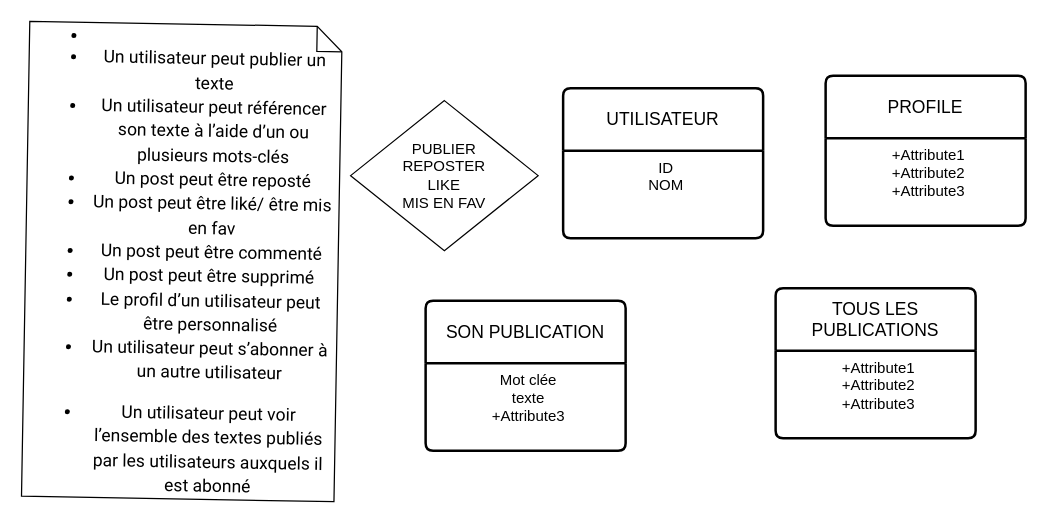
vsilvanska/examen-info-2023 keeps this draw.io diagram as Diagramme sans nom4.drawio. Above is the earlier version. Source tidied: cells renumbered, new cells numbered last; positions are measured from the earlier drawing's top-left corner, leaving out a move shared by most shapes. Both pictures are drawn from the tidied source at 125%, with x=0, y=0 at pixel (25, 24).
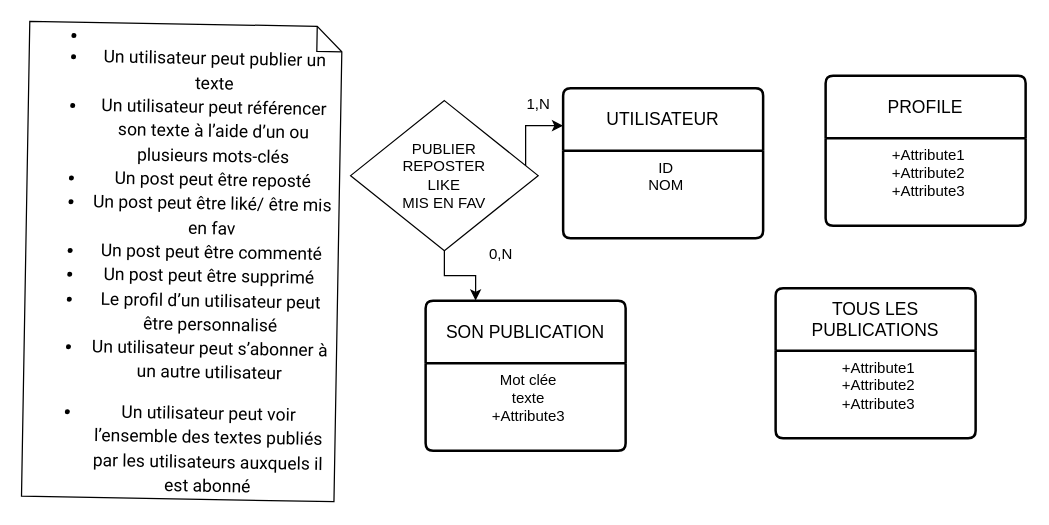
Above is the later version.

The edit, as a diff of the source:
```diff
@@
 <mxGraphModel>
   <root>
     <mxCell id="0" />
     <mxCell id="1" parent="0" />
     <mxCell id="2" value="&lt;ul style=&quot;margin-top: 0px; margin-bottom: 0px; padding-inline-start: 48px; font-size: 14px;&quot;&gt;&lt;li aria-level=&quot;1&quot; style=&quot;list-style-type: disc; font-family: Roboto, sans-serif; background-color: transparent; font-variant-numeric: normal; font-variant-east-asian: normal; font-variant-alternates: normal; font-variant-position: normal; vertical-align: baseline;&quot; dir=&quot;ltr&quot;&gt;&lt;p role=&quot;presentation&quot; style=&quot;line-height:1.38;margin-top:0pt;margin-bottom:0pt;&quot; dir=&quot;ltr&quot;&gt;&lt;/p&gt;&lt;/li&gt;&lt;li aria-level=&quot;1&quot; style=&quot;list-style-type: disc; font-family: Roboto, sans-serif; background-color: transparent; font-variant-numeric: normal; font-variant-east-asian: normal; font-variant-alternates: normal; font-variant-position: normal; vertical-align: baseline;&quot; dir=&quot;ltr&quot;&gt;&lt;p role=&quot;presentation&quot; style=&quot;line-height:1.38;margin-top:0pt;margin-bottom:0pt;&quot; dir=&quot;ltr&quot;&gt;&lt;span style=&quot;background-color: transparent; font-variant-numeric: normal; font-variant-east-asian: normal; font-variant-alternates: normal; font-variant-position: normal; vertical-align: baseline;&quot;&gt;&lt;font style=&quot;font-size: 14px;&quot;&gt;Un utilisateur peut publier un texte&lt;/font&gt;&lt;/span&gt;&lt;/p&gt;&lt;/li&gt;&lt;li aria-level=&quot;1&quot; style=&quot;list-style-type: disc; font-family: Roboto, sans-serif; background-color: transparent; font-variant-numeric: normal; font-variant-east-asian: normal; font-variant-alternates: normal; font-variant-position: normal; vertical-align: baseline;&quot; dir=&quot;ltr&quot;&gt;&lt;p role=&quot;presentation&quot; style=&quot;line-height:1.38;margin-top:0pt;margin-bottom:0pt;&quot; dir=&quot;ltr&quot;&gt;&lt;span style=&quot;background-color: transparent; font-variant-numeric: normal; font-variant-east-asian: normal; font-variant-alternates: normal; font-variant-position: normal; vertical-align: baseline;&quot;&gt;&lt;font style=&quot;font-size: 14px;&quot;&gt;Un utilisateur peut référencer son texte à l’aide d’un ou plusieurs mots-clés&lt;/font&gt;&lt;/span&gt;&lt;/p&gt;&lt;/li&gt;&lt;li aria-level=&quot;1&quot; style=&quot;list-style-type: disc; font-family: Roboto, sans-serif; background-color: transparent; font-variant-numeric: normal; font-variant-east-asian: normal; font-variant-alternates: normal; font-variant-position: normal; vertical-align: baseline;&quot; dir=&quot;ltr&quot;&gt;&lt;p role=&quot;presentation&quot; style=&quot;line-height:1.38;margin-top:0pt;margin-bottom:0pt;&quot; dir=&quot;ltr&quot;&gt;&lt;span style=&quot;background-color: transparent; font-variant-numeric: normal; font-variant-east-asian: normal; font-variant-alternates: normal; font-variant-position: normal; vertical-align: baseline;&quot;&gt;&lt;font style=&quot;font-size: 14px;&quot;&gt;Un post peut être reposté&lt;/font&gt;&lt;/span&gt;&lt;/p&gt;&lt;/li&gt;&lt;li aria-level=&quot;1&quot; style=&quot;list-style-type: disc; font-family: Roboto, sans-serif; background-color: transparent; font-variant-numeric: normal; font-variant-east-asian: normal; font-variant-alternates: normal; font-variant-position: normal; vertical-align: baseline;&quot; dir=&quot;ltr&quot;&gt;&lt;p role=&quot;presentation&quot; style=&quot;line-height:1.38;margin-top:0pt;margin-bottom:0pt;&quot; dir=&quot;ltr&quot;&gt;&lt;span style=&quot;background-color: transparent; font-variant-numeric: normal; font-variant-east-asian: normal; font-variant-alternates: normal; font-variant-position: normal; vertical-align: baseline;&quot;&gt;&lt;font style=&quot;font-size: 14px;&quot;&gt;Un post peut être liké/ être mis en fav&lt;/font&gt;&lt;/span&gt;&lt;/p&gt;&lt;/li&gt;&lt;li aria-level=&quot;1&quot; style=&quot;list-style-type: disc; font-family: Roboto, sans-serif; background-color: transparent; font-variant-numeric: normal; font-variant-east-asian: normal; font-variant-alternates: normal; font-variant-position: normal; vertical-align: baseline;&quot; dir=&quot;ltr&quot;&gt;&lt;p role=&quot;presentation&quot; style=&quot;line-height:1.38;margin-top:0pt;margin-bottom:0pt;&quot; dir=&quot;ltr&quot;&gt;&lt;span style=&quot;background-color: transparent; font-variant-numeric: normal; font-variant-east-asian: normal; font-variant-alternates: normal; font-variant-position: normal; vertical-align: baseline;&quot;&gt;&lt;font style=&quot;font-size: 14px;&quot;&gt;Un post peut être commenté&lt;/font&gt;&lt;/span&gt;&lt;/p&gt;&lt;/li&gt;&lt;li aria-level=&quot;1&quot; style=&quot;list-style-type: disc; font-family: Roboto, sans-serif; background-color: transparent; font-variant-numeric: normal; font-variant-east-asian: normal; font-variant-alternates: normal; font-variant-position: normal; vertical-align: baseline;&quot; dir=&quot;ltr&quot;&gt;&lt;p role=&quot;presentation&quot; style=&quot;line-height:1.38;margin-top:0pt;margin-bottom:0pt;&quot; dir=&quot;ltr&quot;&gt;&lt;span style=&quot;background-color: transparent; font-variant-numeric: normal; font-variant-east-asian: normal; font-variant-alternates: normal; font-variant-position: normal; vertical-align: baseline;&quot;&gt;&lt;font style=&quot;font-size: 14px;&quot;&gt;Un post peut être supprimé&amp;nbsp;&lt;/font&gt;&lt;/span&gt;&lt;/p&gt;&lt;/li&gt;&lt;li aria-level=&quot;1&quot; style=&quot;list-style-type: disc; font-family: Roboto, sans-serif; background-color: transparent; font-variant-numeric: normal; font-variant-east-asian: normal; font-variant-alternates: normal; font-variant-position: normal; vertical-align: baseline;&quot; dir=&quot;ltr&quot;&gt;&lt;p role=&quot;presentation&quot; style=&quot;line-height:1.38;margin-top:0pt;margin-bottom:0pt;&quot; dir=&quot;ltr&quot;&gt;&lt;span style=&quot;background-color: transparent; font-variant-numeric: normal; font-variant-east-asian: normal; font-variant-alternates: normal; font-variant-position: normal; vertical-align: baseline;&quot;&gt;&lt;font style=&quot;font-size: 14px;&quot;&gt;Le profil d’un utilisateur peut être personnalisé&lt;/font&gt;&lt;/span&gt;&lt;/p&gt;&lt;/li&gt;&lt;li aria-level=&quot;1&quot; style=&quot;list-style-type: disc; font-family: Roboto, sans-serif; background-color: transparent; font-variant-numeric: normal; font-variant-east-asian: normal; font-variant-alternates: normal; font-variant-position: normal; vertical-align: baseline;&quot; dir=&quot;ltr&quot;&gt;&lt;p role=&quot;presentation&quot; style=&quot;line-height:1.38;margin-top:0pt;margin-bottom:10pt;&quot; dir=&quot;ltr&quot;&gt;&lt;span style=&quot;background-color: transparent; font-variant-numeric: normal; font-variant-east-asian: normal; font-variant-alternates: normal; font-variant-position: normal; vertical-align: baseline;&quot;&gt;&lt;font style=&quot;font-size: 14px;&quot;&gt;Un utilisateur peut s’abonner à un autre utilisateur&lt;/font&gt;&lt;/span&gt;&lt;/p&gt;&lt;/li&gt;&lt;li aria-level=&quot;1&quot; style=&quot;list-style-type: disc; font-family: Roboto, sans-serif; background-color: transparent; font-variant-numeric: normal; font-variant-east-asian: normal; font-variant-alternates: normal; font-variant-position: normal; vertical-align: baseline;&quot; dir=&quot;ltr&quot;&gt;&lt;p role=&quot;presentation&quot; style=&quot;line-height:1.38;margin-top:0pt;margin-bottom:0pt;&quot; dir=&quot;ltr&quot;&gt;&lt;span style=&quot;background-color: transparent; font-variant-numeric: normal; font-variant-east-asian: normal; font-variant-alternates: normal; font-variant-position: normal; vertical-align: baseline;&quot;&gt;&lt;font style=&quot;font-size: 14px;&quot;&gt;Un utilisateur peut voir l’ensemble des textes publiés par les utilisateurs auxquels il est abonné&lt;/font&gt;&lt;/span&gt;&lt;/p&gt;&lt;/li&gt;&lt;/ul&gt;&lt;font style=&quot;font-size: 14px;&quot;&gt;&lt;span id=&quot;docs-internal-guid-afa54a96-7fff-a467-891f-8bc9276a1767&quot;&gt;&lt;/span&gt;&lt;/font&gt;" style="shape=note;size=20;whiteSpace=wrap;html=1;rotation=1;align=center;" parent="1" vertex="1">
       <mxGeometry y="-0.3" width="250" height="380" as="geometry" />
     </mxCell>
     <mxCell id="3" value="UTILISATEUR" style="swimlane;horizontal=1;startSize=50;rounded=1;fontSize=14;fontStyle=0;strokeWidth=2;shadow=0;dashed=0;align=center;arcSize=4;whiteSpace=wrap;html=1;" parent="1" vertex="1">
       <mxGeometry x="430" y="51" width="160" height="120" as="geometry" />
     </mxCell>
     <mxCell id="4" value="ID&lt;br&gt;NOM&lt;br&gt;" style="align=center;strokeColor=none;fillColor=none;spacingLeft=4;fontSize=12;verticalAlign=top;html=1;" parent="3" vertex="1">
       <mxGeometry y="50" width="160" height="70" as="geometry" />
     </mxCell>
     <mxCell id="5" value="SON PUBLICATION" style="swimlane;horizontal=1;startSize=50;rounded=1;fontSize=14;fontStyle=0;strokeWidth=2;shadow=0;dashed=0;align=center;arcSize=4;whiteSpace=wrap;html=1;" parent="1" vertex="1">
       <mxGeometry x="320" y="221" width="160" height="120" as="geometry" />
     </mxCell>
     <mxCell id="6" value="Mot clée&lt;br&gt;texte&lt;br&gt;+Attribute3" style="align=center;strokeColor=none;fillColor=none;spacingLeft=4;fontSize=12;verticalAlign=top;html=1;" parent="5" vertex="1">
       <mxGeometry y="50" width="160" height="70" as="geometry" />
     </mxCell>
     <mxCell id="7" value="TOUS LES PUBLICATIONS" style="swimlane;horizontal=1;startSize=50;rounded=1;fontSize=14;fontStyle=0;strokeWidth=2;shadow=0;dashed=0;align=center;arcSize=4;whiteSpace=wrap;html=1;" parent="1" vertex="1">
       <mxGeometry x="600" y="211" width="160" height="120" as="geometry" />
     </mxCell>
     <mxCell id="8" value="+Attribute1&#10;+Attribute2&#10;+Attribute3" style="align=center;strokeColor=none;fillColor=none;spacingLeft=4;fontSize=12;verticalAlign=top;html=1;" parent="7" vertex="1">
       <mxGeometry y="50" width="160" height="70" as="geometry" />
     </mxCell>
     <mxCell id="9" value="PROFILE" style="swimlane;horizontal=1;startSize=50;rounded=1;fontSize=14;fontStyle=0;strokeWidth=2;shadow=0;dashed=0;align=center;arcSize=4;whiteSpace=wrap;html=1;" parent="1" vertex="1">
       <mxGeometry x="640" y="41" width="160" height="120" as="geometry" />
     </mxCell>
     <mxCell id="10" value="+Attribute1&#10;+Attribute2&#10;+Attribute3" style="align=center;strokeColor=none;fillColor=none;spacingLeft=4;fontSize=12;verticalAlign=top;html=1;" parent="9" vertex="1">
       <mxGeometry y="50" width="160" height="70" as="geometry" />
     </mxCell>
+    <mxCell id="12" style="edgeStyle=orthogonalEdgeStyle;rounded=0;jettySize=auto;html=1;exitX=1;exitY=0.5;exitDx=0;exitDy=0;entryX=0;entryY=0.25;entryDx=0;entryDy=0;" parent="1" edge="1" source="11" target="3">
+      <mxGeometry relative="1" as="geometry">
+        <Array as="points">
+          <mxPoint x="400" y="121" />
+          <mxPoint x="400" y="81" />
+        </Array>
+      </mxGeometry>
+    </mxCell>
+    <mxCell id="13" style="edgeStyle=orthogonalEdgeStyle;rounded=0;jettySize=auto;html=1;exitX=0.5;exitY=1;exitDx=0;exitDy=0;entryX=0.25;entryY=0;entryDx=0;entryDy=0;" parent="1" edge="1" source="11" target="5">
+      <mxGeometry relative="1" as="geometry" />
+    </mxCell>
     <mxCell id="11" value="PUBLIER&lt;br&gt;REPOSTER&lt;br&gt;LIKE&lt;br&gt;MIS EN FAV" style="shape=rhombus;perimeter=rhombusPerimeter;whiteSpace=wrap;html=1;align=center;" parent="1" vertex="1">
       <mxGeometry x="260" y="61" width="150" height="120" as="geometry" />
     </mxCell>
+    <mxCell id="14" value="1,N" style="text;html=1;align=center;verticalAlign=middle;strokeColor=none;fillColor=none;" parent="1" vertex="1">
+      <mxGeometry x="390" y="49" width="40" height="30" as="geometry" />
+    </mxCell>
+    <mxCell id="15" value="0,N" style="text;html=1;align=center;verticalAlign=middle;strokeColor=none;fillColor=none;" parent="1" vertex="1">
+      <mxGeometry x="360" y="169" width="40" height="30" as="geometry" />
+    </mxCell>
   </root>
 </mxGraphModel>
```
